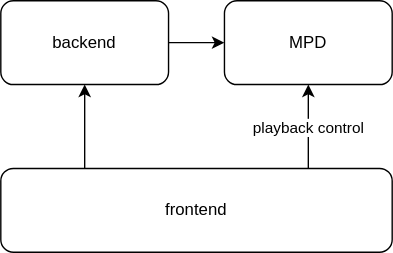
Before: sanic.drawio.svg, a diagram exported from draw.io (cccb/sanic). Source tidied: cells renumbered, new cells last; positions are measured from the earlier drawing's top-left corner, leaving out a move shared by most shapes. The source it was exported from:
```xml
<mxGraphModel>
  <root>
    <mxCell id="0" />
    <mxCell id="1" parent="0" />
    <mxCell id="2" style="edgeStyle=orthogonalEdgeStyle;rounded=0;jettySize=auto;html=1;" parent="1" edge="1" source="3" target="4">
      <mxGeometry relative="1" as="geometry" />
    </mxCell>
    <mxCell id="3" value="backend" style="rounded=1;whiteSpace=wrap;html=1;" parent="1" vertex="1">
      <mxGeometry width="120" height="60" as="geometry" />
    </mxCell>
    <mxCell id="4" value="MPD" style="rounded=1;whiteSpace=wrap;html=1;" parent="1" vertex="1">
      <mxGeometry x="160" width="120" height="60" as="geometry" />
    </mxCell>
    <mxCell id="5" style="edgeStyle=orthogonalEdgeStyle;rounded=0;jettySize=auto;html=1;" parent="1" edge="1" source="8" target="4">
      <mxGeometry relative="1" as="geometry">
        <Array as="points">
          <mxPoint x="220" y="100" />
          <mxPoint x="220" y="100" />
        </Array>
      </mxGeometry>
    </mxCell>
    <mxCell id="6" value="playback control" style="edgeLabel;html=1;align=center;verticalAlign=middle;" parent="5" vertex="1">
      <mxGeometry x="0.29" y="-1" relative="1" as="geometry">
        <mxPoint x="-1" y="9" as="offset" />
      </mxGeometry>
    </mxCell>
    <mxCell id="7" style="edgeStyle=orthogonalEdgeStyle;rounded=0;jettySize=auto;html=1;" parent="1" edge="1" source="8" target="3">
      <mxGeometry relative="1" as="geometry">
        <Array as="points">
          <mxPoint x="60" y="110" />
          <mxPoint x="60" y="110" />
        </Array>
      </mxGeometry>
    </mxCell>
    <mxCell id="8" value="frontend" style="rounded=1;whiteSpace=wrap;html=1;" parent="1" vertex="1">
      <mxGeometry y="120" width="280" height="60" as="geometry" />
    </mxCell>
  </root>
</mxGraphModel>
```
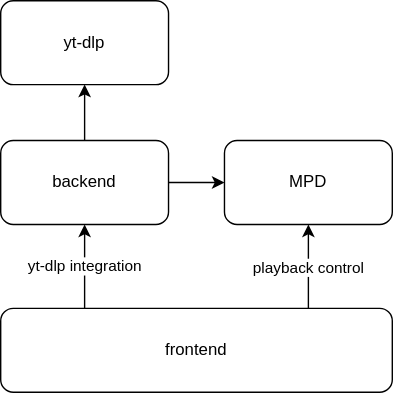
Above is the later version.

Change to the diagram source:
```diff
@@ -5,6 +5,9 @@
     <mxCell id="2" style="edgeStyle=orthogonalEdgeStyle;rounded=0;jettySize=auto;html=1;" parent="1" edge="1" source="3" target="4">
       <mxGeometry relative="1" as="geometry" />
     </mxCell>
+    <mxCell id="9" style="edgeStyle=orthogonalEdgeStyle;rounded=0;jettySize=auto;html=1;" parent="1" edge="1" source="3" target="11">
+      <mxGeometry relative="1" as="geometry" />
+    </mxCell>
     <mxCell id="3" value="backend" style="rounded=1;whiteSpace=wrap;html=1;" parent="1" vertex="1">
       <mxGeometry width="120" height="60" as="geometry" />
     </mxCell>
@@ -32,8 +35,16 @@
         </Array>
       </mxGeometry>
     </mxCell>
+    <mxCell id="10" value="yt-dlp&amp;nbsp;integration" style="edgeLabel;html=1;align=center;verticalAlign=middle;" parent="7" vertex="1">
+      <mxGeometry x="-0.22" y="-2" relative="1" as="geometry">
+        <mxPoint x="-2" y="-7" as="offset" />
+      </mxGeometry>
+    </mxCell>
     <mxCell id="8" value="frontend" style="rounded=1;whiteSpace=wrap;html=1;" parent="1" vertex="1">
       <mxGeometry y="120" width="280" height="60" as="geometry" />
     </mxCell>
+    <mxCell id="11" value="yt-dlp" style="rounded=1;whiteSpace=wrap;html=1;" parent="1" vertex="1">
+      <mxGeometry y="-100" width="120" height="60" as="geometry" />
+    </mxCell>
   </root>
 </mxGraphModel>
```
